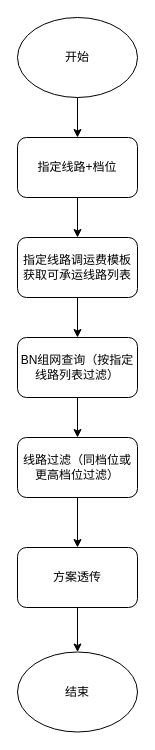
The draw.io diagram 更换线路.drawio in heyrry/draw.io, before the edit. Source tidied: cells renumbered, new cells numbered last; positions are measured from the earlier drawing's top-left corner, leaving out a move shared by most shapes. Both pictures are drawn from the tidied source at 100%, with x=0, y=0 at pixel (17, 17).
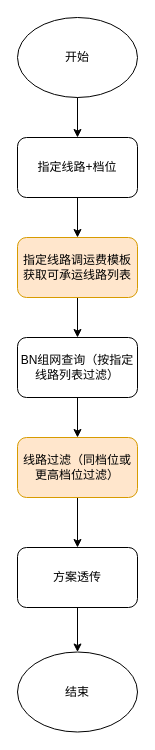
The same diagram, later.

Commit message:
更新更换线路.drawio

What changed in the source:
```diff
@@
 <mxGraphModel>
   <root>
     <mxCell id="0" />
     <mxCell id="1" parent="0" />
     <mxCell id="2" style="edgeStyle=orthogonalEdgeStyle;rounded=0;jettySize=auto;html=1;exitX=0.5;exitY=1;exitDx=0;exitDy=0;entryX=0.5;entryY=0;entryDx=0;entryDy=0;" parent="1" edge="1" source="3" target="5">
       <mxGeometry relative="1" as="geometry" />
     </mxCell>
     <mxCell id="3" value="开始" style="ellipse;whiteSpace=wrap;html=1;fillColor=none;" parent="1" vertex="1">
       <mxGeometry width="120" height="80" as="geometry" />
     </mxCell>
     <mxCell id="4" style="edgeStyle=orthogonalEdgeStyle;rounded=0;jettySize=auto;html=1;exitX=0.5;exitY=1;exitDx=0;exitDy=0;entryX=0.5;entryY=0;entryDx=0;entryDy=0;" parent="1" edge="1" source="5" target="12">
       <mxGeometry relative="1" as="geometry" />
     </mxCell>
     <mxCell id="5" value="指定线路+档位" style="rounded=1;whiteSpace=wrap;html=1;fillColor=none;" parent="1" vertex="1">
       <mxGeometry y="120" width="120" height="60" as="geometry" />
     </mxCell>
     <mxCell id="6" style="edgeStyle=orthogonalEdgeStyle;rounded=0;jettySize=auto;html=1;exitX=0.5;exitY=1;exitDx=0;exitDy=0;entryX=0.5;entryY=0;entryDx=0;entryDy=0;" parent="1" edge="1" source="7" target="14">
       <mxGeometry relative="1" as="geometry" />
     </mxCell>
     <mxCell id="7" value="BN组网查询（按指定线路列表过滤）" style="rounded=1;whiteSpace=wrap;html=1;fillColor=none;" parent="1" vertex="1">
       <mxGeometry y="320" width="120" height="60" as="geometry" />
     </mxCell>
     <mxCell id="8" style="edgeStyle=orthogonalEdgeStyle;rounded=0;jettySize=auto;html=1;exitX=0.5;exitY=1;exitDx=0;exitDy=0;entryX=0.5;entryY=0;entryDx=0;entryDy=0;" parent="1" edge="1" source="9" target="10">
       <mxGeometry relative="1" as="geometry" />
     </mxCell>
     <mxCell id="9" value="方案透传" style="rounded=1;whiteSpace=wrap;html=1;fillColor=none;" parent="1" vertex="1">
       <mxGeometry y="530" width="120" height="60" as="geometry" />
     </mxCell>
     <mxCell id="10" value="结束" style="ellipse;whiteSpace=wrap;html=1;fillColor=none;" parent="1" vertex="1">
       <mxGeometry y="634.5" width="120" height="80" as="geometry" />
     </mxCell>
     <mxCell id="11" style="edgeStyle=orthogonalEdgeStyle;rounded=0;jettySize=auto;html=1;exitX=0.5;exitY=1;exitDx=0;exitDy=0;entryX=0.5;entryY=0;entryDx=0;entryDy=0;" parent="1" edge="1" source="12" target="7">
       <mxGeometry relative="1" as="geometry" />
     </mxCell>
-    <mxCell id="12" value="指定线路调运费模板获取可承运线路列表" style="rounded=1;whiteSpace=wrap;html=1;fillColor=none;" parent="1" vertex="1">
+    <mxCell id="12" value="指定线路调运费模板获取可承运线路列表" style="rounded=1;whiteSpace=wrap;html=1;fillColor=#ffe6cc;strokeColor=#d79b00;" parent="1" vertex="1">
       <mxGeometry y="220" width="120" height="60" as="geometry" />
     </mxCell>
     <mxCell id="13" style="edgeStyle=orthogonalEdgeStyle;rounded=0;jettySize=auto;html=1;exitX=0.5;exitY=1;exitDx=0;exitDy=0;entryX=0.5;entryY=0;entryDx=0;entryDy=0;" parent="1" edge="1" source="14" target="9">
       <mxGeometry relative="1" as="geometry" />
     </mxCell>
-    <mxCell id="14" value="线路过滤（同档位或更高档位过滤）" style="rounded=1;whiteSpace=wrap;html=1;fillColor=none;" parent="1" vertex="1">
+    <mxCell id="14" value="线路过滤（同档位或更高档位过滤）" style="rounded=1;whiteSpace=wrap;html=1;fillColor=#ffe6cc;strokeColor=#d79b00;" parent="1" vertex="1">
       <mxGeometry y="420" width="120" height="60" as="geometry" />
     </mxCell>
   </root>
 </mxGraphModel>
```
